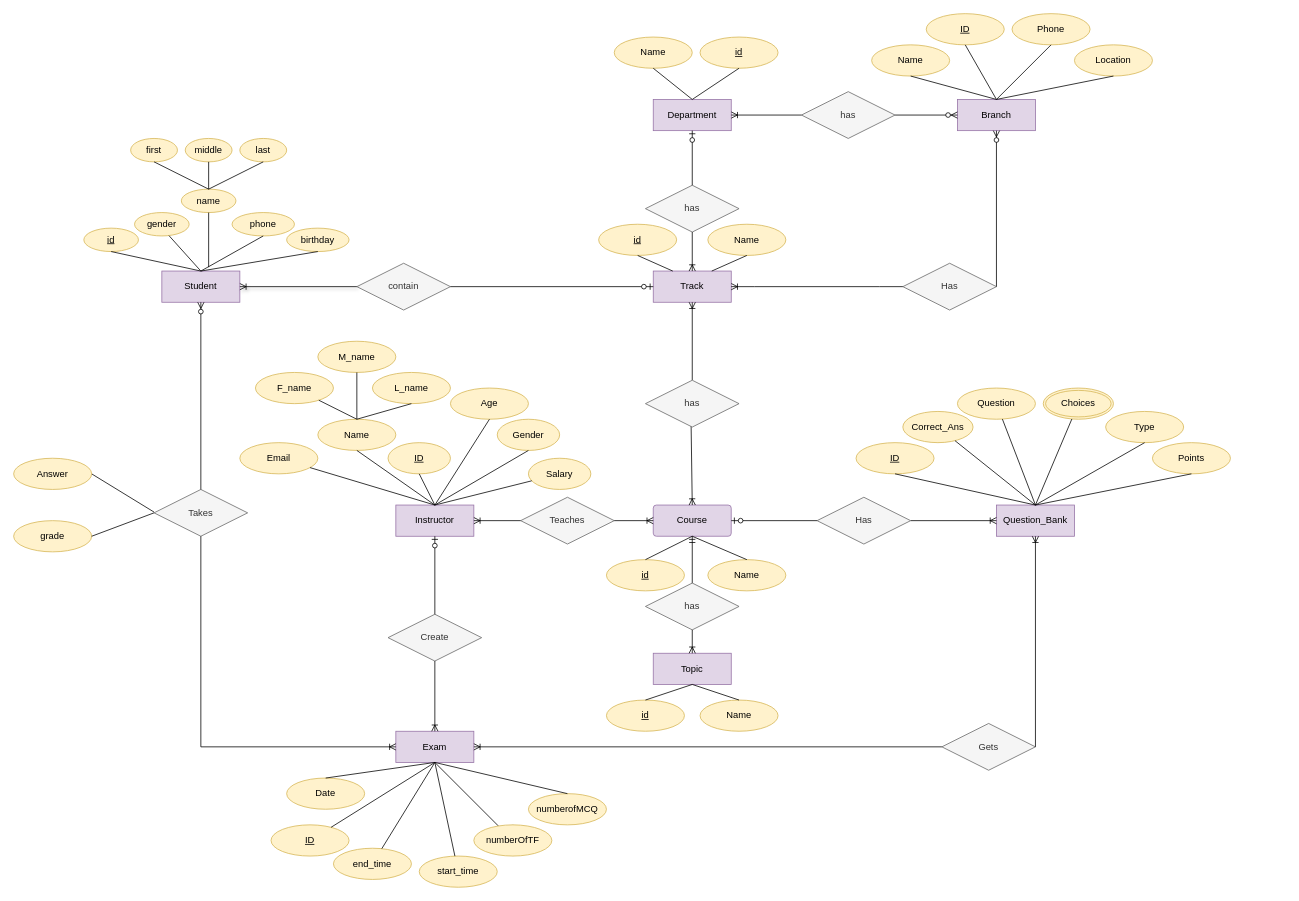
Above: OnlineExaminationSystem.drawio in aya-abdelmageed/OnlineExaminationSystem (draw.io), before the change. Source tidied: cells renumbered, new cells numbered last; positions are measured from the earlier drawing's top-left corner, leaving out a move shared by most shapes. Both pictures are drawn from the tidied source at 78%, with x=0, y=0 at pixel (13, 13).
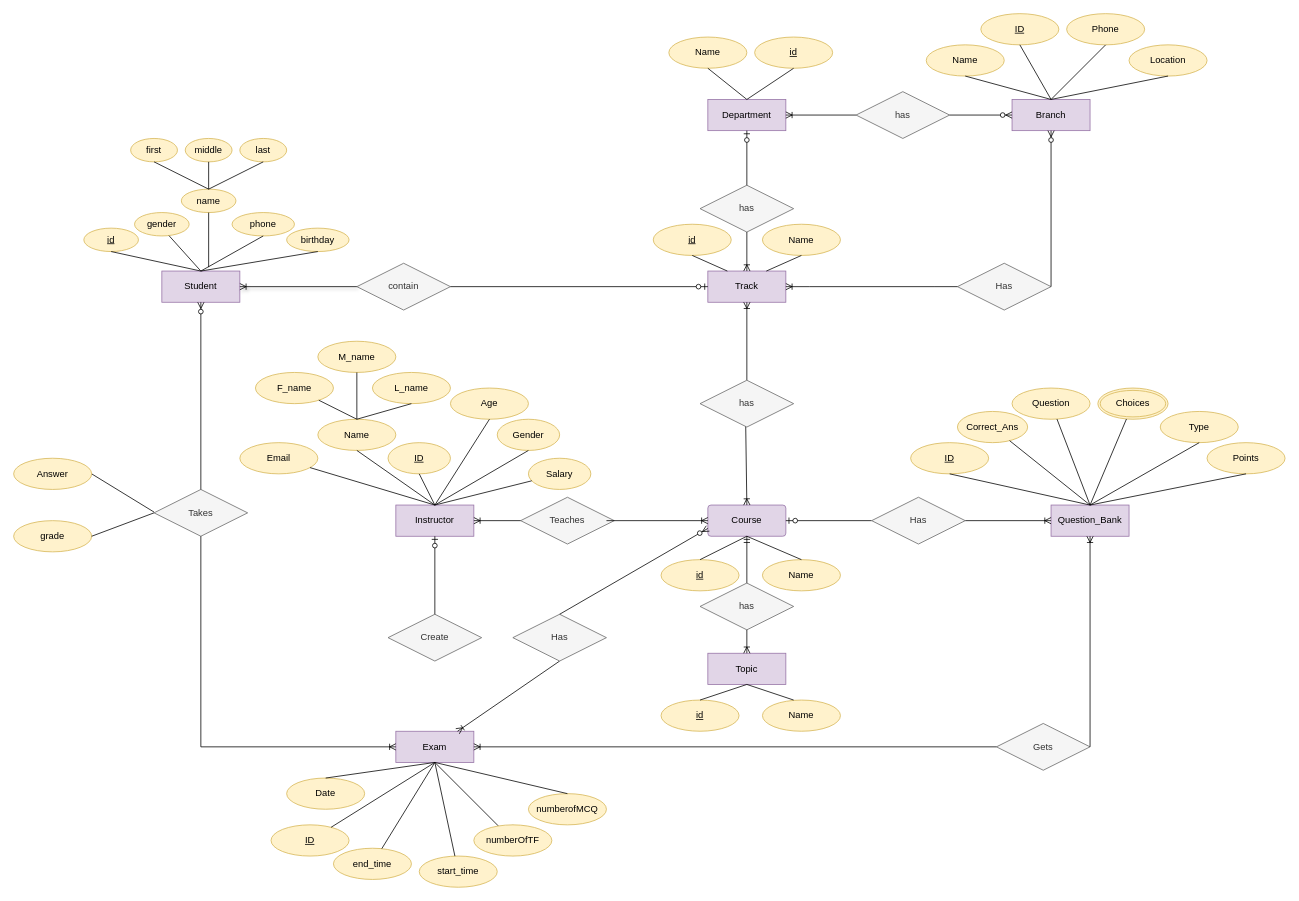
After the change.

The change refers to these unchanged cells:
```xml
<mxCell id="26" value="Exam" style="whiteSpace=wrap;html=1;align=center;fillColor=#e1d5e7;strokeColor=#9673a6;" parent="1" vertex="1">
  <mxGeometry x="490" y="920" width="100" height="40" as="geometry" />
</mxCell>
<mxCell id="45" value="Create" style="shape=rhombus;perimeter=rhombusPerimeter;whiteSpace=wrap;html=1;align=center;fillColor=#f5f5f5;fontColor=#333333;strokeColor=#666666;" parent="1" vertex="1">
  <mxGeometry x="480" y="770" width="120" height="60" as="geometry" />
</mxCell>
<mxCell id="110" value="Teaches" style="shape=rhombus;perimeter=rhombusPerimeter;whiteSpace=wrap;html=1;align=center;fillColor=#f5f5f5;fontColor=#333333;strokeColor=#666666;" parent="1" vertex="1">
  <mxGeometry x="650" y="620" width="120" height="60" as="geometry" />
</mxCell>
```

The edit, as a diff of the source:
```diff
@@
     <mxCell id="2" value="Name" style="ellipse;whiteSpace=wrap;html=1;align=center;fillColor=#fff2cc;strokeColor=#d6b656;" parent="1" vertex="1">
-      <mxGeometry x="770" y="30" width="100" height="40" as="geometry" />
+      <mxGeometry x="840" y="30" width="100" height="40" as="geometry" />
     </mxCell>
     <mxCell id="3" value="id" style="ellipse;whiteSpace=wrap;html=1;align=center;fontStyle=4;fillColor=#fff2cc;strokeColor=#d6b656;" parent="1" vertex="1">
-      <mxGeometry x="880" y="30" width="100" height="40" as="geometry" />
+      <mxGeometry x="950" y="30" width="100" height="40" as="geometry" />
     </mxCell>
@@
     <mxCell id="9" value="ID" style="ellipse;whiteSpace=wrap;html=1;align=center;fontStyle=4;fillColor=#fff2cc;strokeColor=#d6b656;" parent="1" vertex="1">
-      <mxGeometry x="1080" y="550" width="100" height="40" as="geometry" />
+      <mxGeometry x="1150" y="550" width="100" height="40" as="geometry" />
     </mxCell>
@@
     <mxCell id="27" value="Question_Bank" style="whiteSpace=wrap;html=1;align=center;fillColor=#e1d5e7;strokeColor=#9673a6;" parent="1" vertex="1">
-      <mxGeometry x="1260" y="630" width="100" height="40" as="geometry" />
+      <mxGeometry x="1330" y="630" width="100" height="40" as="geometry" />
     </mxCell>
@@
     <mxCell id="30" value="Type" style="ellipse;whiteSpace=wrap;html=1;align=center;fillColor=#fff2cc;strokeColor=#d6b656;" parent="1" vertex="1">
-      <mxGeometry x="1400" y="510" width="100" height="40" as="geometry" />
+      <mxGeometry x="1470" y="510" width="100" height="40" as="geometry" />
     </mxCell>
@@
     <mxCell id="35" value="Points" style="ellipse;whiteSpace=wrap;html=1;align=center;fillColor=#fff2cc;strokeColor=#d6b656;" parent="1" vertex="1">
-      <mxGeometry x="1460" y="550" width="100" height="40" as="geometry" />
+      <mxGeometry x="1530" y="550" width="100" height="40" as="geometry" />
     </mxCell>
     <mxCell id="36" value="Correct_Ans" style="ellipse;whiteSpace=wrap;html=1;align=center;fillColor=#fff2cc;strokeColor=#d6b656;" parent="1" vertex="1">
-      <mxGeometry x="1140" y="510" width="90" height="40" as="geometry" />
+      <mxGeometry x="1210" y="510" width="90" height="40" as="geometry" />
     </mxCell>
     <mxCell id="37" value="Question" style="ellipse;whiteSpace=wrap;html=1;align=center;fillColor=#fff2cc;strokeColor=#d6b656;" parent="1" vertex="1">
-      <mxGeometry x="1210" y="480" width="100" height="40" as="geometry" />
+      <mxGeometry x="1280" y="480" width="100" height="40" as="geometry" />
     </mxCell>
     <mxCell id="38" value="Choices" style="ellipse;shape=doubleEllipse;margin=3;whiteSpace=wrap;html=1;align=center;fillColor=#fff2cc;strokeColor=#d6b656;" parent="1" vertex="1">
-      <mxGeometry x="1320" y="480" width="90" height="40" as="geometry" />
+      <mxGeometry x="1390" y="480" width="90" height="40" as="geometry" />
     </mxCell>
@@
-    <mxCell id="47" style="fontSize=12;html=1;endArrow=ERoneToMany;rounded=0;exitX=0.5;exitY=1;exitDx=0;exitDy=0;" parent="1" edge="1" source="45" target="26">
+    <mxCell id="47" style="fontSize=12;html=1;endArrow=ERoneToMany;rounded=0;exitX=0.5;exitY=1;exitDx=0;exitDy=0;" parent="1" edge="1" source="132" target="26">
       <mxGeometry relative="1" as="geometry" />
     </mxCell>
     <mxCell id="48" value="Gets" style="shape=rhombus;perimeter=rhombusPerimeter;whiteSpace=wrap;html=1;align=center;fillColor=#f5f5f5;fontColor=#333333;strokeColor=#666666;" parent="1" vertex="1">
-      <mxGeometry x="1190" y="910" width="120" height="60" as="geometry" />
+      <mxGeometry x="1260" y="910" width="120" height="60" as="geometry" />
     </mxCell>
@@
     <mxCell id="50" value="Department" style="whiteSpace=wrap;html=1;align=center;fillColor=#e1d5e7;strokeColor=#9673a6;" parent="1" vertex="1">
-      <mxGeometry x="820" y="110" width="100" height="40" as="geometry" />
+      <mxGeometry x="890" y="110" width="100" height="40" as="geometry" />
     </mxCell>
     <mxCell id="51" value="Track" style="whiteSpace=wrap;html=1;align=center;fillColor=#e1d5e7;strokeColor=#9673a6;" parent="1" vertex="1">
-      <mxGeometry x="820" y="330" width="100" height="40" as="geometry" />
+      <mxGeometry x="890" y="330" width="100" height="40" as="geometry" />
     </mxCell>
@@
     <mxCell id="55" value="id" style="ellipse;whiteSpace=wrap;html=1;align=center;fontStyle=4;fillColor=#fff2cc;strokeColor=#d6b656;" parent="1" vertex="1">
-      <mxGeometry x="760" y="700" width="100" height="40" as="geometry" />
+      <mxGeometry x="830" y="700" width="100" height="40" as="geometry" />
     </mxCell>
     <mxCell id="56" value="id" style="ellipse;whiteSpace=wrap;html=1;align=center;fontStyle=4;fillColor=#fff2cc;strokeColor=#d6b656;" parent="1" vertex="1">
-      <mxGeometry x="750" y="270" width="100" height="40" as="geometry" />
+      <mxGeometry x="820" y="270" width="100" height="40" as="geometry" />
     </mxCell>
     <mxCell id="57" value="Name" style="ellipse;whiteSpace=wrap;html=1;align=center;fillColor=#fff2cc;strokeColor=#d6b656;" parent="1" vertex="1">
-      <mxGeometry x="890" y="270" width="100" height="40" as="geometry" />
+      <mxGeometry x="960" y="270" width="100" height="40" as="geometry" />
     </mxCell>
@@
     <mxCell id="60" value="Course" style="rounded=1;arcSize=10;whiteSpace=wrap;html=1;align=center;fillColor=#e1d5e7;strokeColor=#9673a6;" parent="1" vertex="1">
-      <mxGeometry x="820" y="630" width="100" height="40" as="geometry" />
+      <mxGeometry x="890" y="630" width="100" height="40" as="geometry" />
     </mxCell>
     <mxCell id="61" value="Name" style="ellipse;whiteSpace=wrap;html=1;align=center;fillColor=#fff2cc;strokeColor=#d6b656;" parent="1" vertex="1">
-      <mxGeometry x="890" y="700" width="100" height="40" as="geometry" />
+      <mxGeometry x="960" y="700" width="100" height="40" as="geometry" />
     </mxCell>
@@
     <mxCell id="64" value="has" style="shape=rhombus;perimeter=rhombusPerimeter;whiteSpace=wrap;html=1;align=center;fillColor=#f5f5f5;fontColor=#333333;strokeColor=#666666;" parent="1" vertex="1">
-      <mxGeometry x="810" y="220" width="120" height="60" as="geometry" />
+      <mxGeometry x="880" y="220" width="120" height="60" as="geometry" />
     </mxCell>
@@
     <mxCell id="69" value="has" style="shape=rhombus;perimeter=rhombusPerimeter;whiteSpace=wrap;html=1;align=center;fillColor=#f5f5f5;fontColor=#333333;strokeColor=#666666;" parent="1" vertex="1">
-      <mxGeometry x="810" y="470" width="120" height="60" as="geometry" />
+      <mxGeometry x="880" y="470" width="120" height="60" as="geometry" />
     </mxCell>
     <mxCell id="70" value="Topic" style="whiteSpace=wrap;html=1;align=center;fillColor=#e1d5e7;strokeColor=#9673a6;" parent="1" vertex="1">
-      <mxGeometry x="820" y="820" width="100" height="40" as="geometry" />
+      <mxGeometry x="890" y="820" width="100" height="40" as="geometry" />
     </mxCell>
     <mxCell id="71" value="id" style="ellipse;whiteSpace=wrap;html=1;align=center;fontStyle=4;fillColor=#fff2cc;strokeColor=#d6b656;" parent="1" vertex="1">
-      <mxGeometry x="760" y="880" width="100" height="40" as="geometry" />
+      <mxGeometry x="830" y="880" width="100" height="40" as="geometry" />
     </mxCell>
     <mxCell id="72" value="Name" style="ellipse;whiteSpace=wrap;html=1;align=center;fillColor=#fff2cc;strokeColor=#d6b656;" parent="1" vertex="1">
-      <mxGeometry x="880" y="880" width="100" height="40" as="geometry" />
+      <mxGeometry x="960" y="880" width="100" height="40" as="geometry" />
     </mxCell>
-    <mxCell id="73" style="endArrow=none;html=1;rounded=0;exitX=0.5;exitY=0;exitDx=0;exitDy=0;entryX=0.5;entryY=1;entryDx=0;entryDy=0;" parent="1" edge="1" source="71" target="70">
-      <mxGeometry relative="1" as="geometry" />
+    <mxCell id="73" style="endArrow=none;html=1;rounded=0;exitX=0.5;exitY=0;exitDx=0;exitDy=0;entryX=0.5;entryY=1;entryDx=0;entryDy=0;" parent="1" edge="1" target="70">
+      <mxGeometry relative="1" as="geometry">
+        <mxPoint x="880" y="880" as="sourcePoint" />
+      </mxGeometry>
     </mxCell>
-    <mxCell id="74" style="endArrow=none;html=1;rounded=0;entryX=0.5;entryY=0;entryDx=0;entryDy=0;exitX=0.5;exitY=1;exitDx=0;exitDy=0;" parent="1" edge="1" source="70" target="72">
-      <mxGeometry relative="1" as="geometry" />
+    <mxCell id="74" style="endArrow=none;html=1;rounded=0;entryX=0.5;entryY=0;entryDx=0;entryDy=0;exitX=0.5;exitY=1;exitDx=0;exitDy=0;" parent="1" edge="1" source="70">
+      <mxGeometry relative="1" as="geometry">
+        <mxPoint x="1000" y="880" as="targetPoint" />
+      </mxGeometry>
     </mxCell>
     <mxCell id="75" style="fontSize=12;html=1;endArrow=ERmandOne;rounded=0;entryX=0.5;entryY=1;entryDx=0;entryDy=0;" parent="1" edge="1" target="60">
       <mxGeometry relative="1" as="geometry">
-        <mxPoint x="870" y="740" as="sourcePoint" />
+        <mxPoint x="940" y="740" as="sourcePoint" />
       </mxGeometry>
     </mxCell>
     <mxCell id="76" value="has" style="shape=rhombus;perimeter=rhombusPerimeter;whiteSpace=wrap;html=1;align=center;fillColor=#f5f5f5;fontColor=#333333;strokeColor=#666666;" parent="1" vertex="1">
-      <mxGeometry x="810" y="730" width="120" height="60" as="geometry" />
+      <mxGeometry x="880" y="730" width="120" height="60" as="geometry" />
     </mxCell>
@@
     <mxCell id="98" value="Branch" style="whiteSpace=wrap;html=1;align=center;fillColor=#e1d5e7;strokeColor=#9673a6;" parent="1" vertex="1">
-      <mxGeometry x="1210" y="110" width="100" height="40" as="geometry" />
+      <mxGeometry x="1280" y="110" width="100" height="40" as="geometry" />
     </mxCell>
     <mxCell id="99" value="Name" style="ellipse;whiteSpace=wrap;html=1;align=center;fillColor=#fff2cc;strokeColor=#d6b656;" parent="1" vertex="1">
-      <mxGeometry x="1100" y="40" width="100" height="40" as="geometry" />
+      <mxGeometry x="1170" y="40" width="100" height="40" as="geometry" />
     </mxCell>
     <mxCell id="100" value="ID" style="ellipse;whiteSpace=wrap;html=1;align=center;fontStyle=4;fillColor=#fff2cc;strokeColor=#d6b656;" parent="1" vertex="1">
-      <mxGeometry x="1170" width="100" height="40" as="geometry" />
+      <mxGeometry x="1240" width="100" height="40" as="geometry" />
     </mxCell>
@@
     <mxCell id="103" value="Location" style="ellipse;whiteSpace=wrap;html=1;align=center;fillColor=#fff2cc;strokeColor=#d6b656;" parent="1" vertex="1">
-      <mxGeometry x="1360" y="40" width="100" height="40" as="geometry" />
+      <mxGeometry x="1430" y="40" width="100" height="40" as="geometry" />
     </mxCell>
@@
     <mxCell id="105" value="Phone" style="ellipse;whiteSpace=wrap;html=1;align=center;fillColor=#fff2cc;strokeColor=#d6b656;" parent="1" vertex="1">
-      <mxGeometry x="1280" width="100" height="40" as="geometry" />
+      <mxGeometry x="1350" width="100" height="40" as="geometry" />
     </mxCell>
@@
     <mxCell id="107" value="has" style="shape=rhombus;perimeter=rhombusPerimeter;whiteSpace=wrap;html=1;align=center;fillColor=#f5f5f5;fontColor=#333333;strokeColor=#666666;" parent="1" vertex="1">
-      <mxGeometry x="1010" y="100" width="120" height="60" as="geometry" />
+      <mxGeometry x="1080" y="100" width="120" height="60" as="geometry" />
     </mxCell>
@@
-    <mxCell id="111" style="fontSize=12;html=1;endArrow=ERoneToMany;rounded=0;exitX=1;exitY=0.5;exitDx=0;exitDy=0;" parent="1" edge="1" source="110" target="60">
-      <mxGeometry relative="1" as="geometry" />
+    <mxCell id="111" style="fontSize=12;html=1;endArrow=ERoneToMany;rounded=0;" parent="1" edge="1" target="60">
+      <mxGeometry relative="1" as="geometry">
+        <mxPoint x="760" y="650" as="sourcePoint" />
+      </mxGeometry>
     </mxCell>
@@
     <mxCell id="116" value="Has" style="shape=rhombus;perimeter=rhombusPerimeter;whiteSpace=wrap;html=1;align=center;fillColor=#f5f5f5;fontColor=#333333;strokeColor=#666666;" parent="1" vertex="1">
-      <mxGeometry x="1030" y="620" width="120" height="60" as="geometry" />
+      <mxGeometry x="1100" y="620" width="120" height="60" as="geometry" />
     </mxCell>
@@
     <mxCell id="118" value="Has" style="shape=rhombus;perimeter=rhombusPerimeter;whiteSpace=wrap;html=1;align=center;fillColor=#f5f5f5;strokeColor=#666666;fontColor=#333333;" parent="1" vertex="1">
-      <mxGeometry x="1140" y="320" width="120" height="60" as="geometry" />
+      <mxGeometry x="1210" y="320" width="120" height="60" as="geometry" />
     </mxCell>
@@
+    <mxCell id="132" value="Has" style="shape=rhombus;perimeter=rhombusPerimeter;whiteSpace=wrap;html=1;align=center;fillColor=#f5f5f5;fontColor=#333333;strokeColor=#666666;" parent="1" vertex="1">
+      <mxGeometry x="640" y="770" width="120" height="60" as="geometry" />
+    </mxCell>
+    <mxCell id="133" style="fontSize=12;html=1;endArrow=ERzeroToMany;endFill=1;rounded=0;exitX=0.5;exitY=0;exitDx=0;exitDy=0;entryX=0;entryY=0.75;entryDx=0;entryDy=0;" parent="1" edge="1" source="132" target="60">
+      <mxGeometry relative="1" as="geometry" />
+    </mxCell>
```
